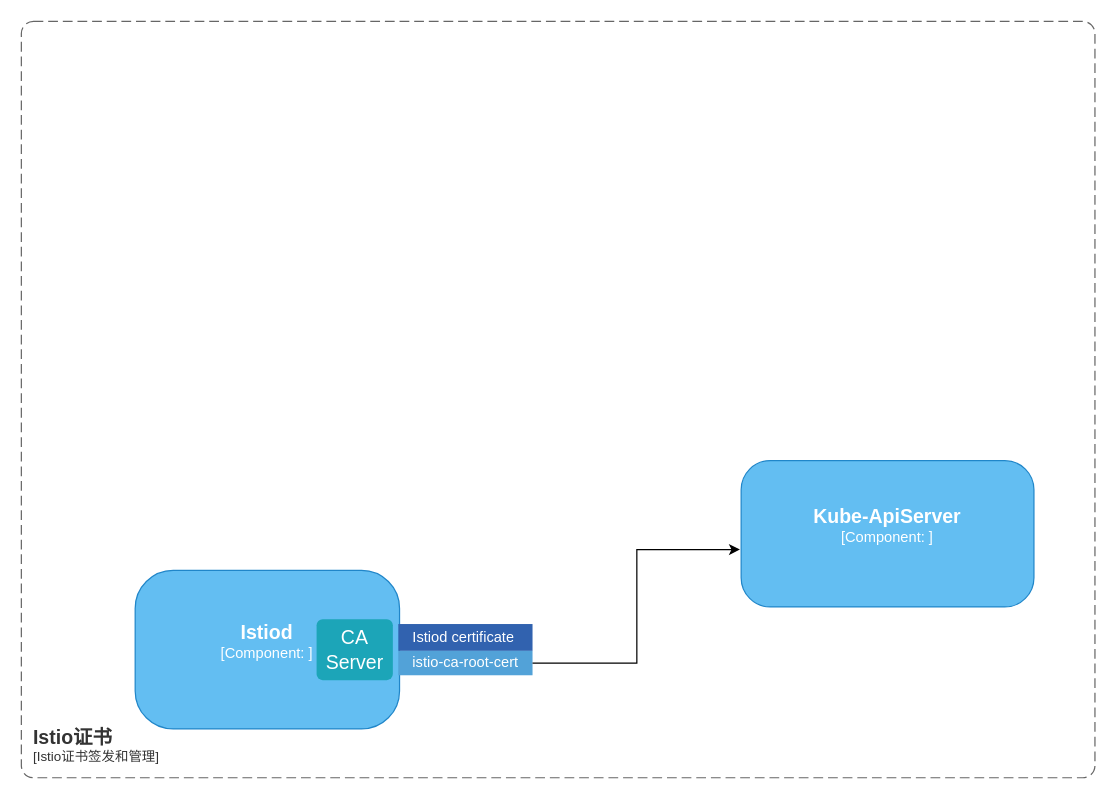
The draw.io diagram istio安全.drawio in wayu1/drawio, before the edit. Source tidied: cells renumbered, new cells numbered last; positions are measured from the earlier drawing's top-left corner, leaving out a move shared by most shapes. Both pictures are drawn from the tidied source at 122%, with x=0, y=0 at pixel (21, 21).
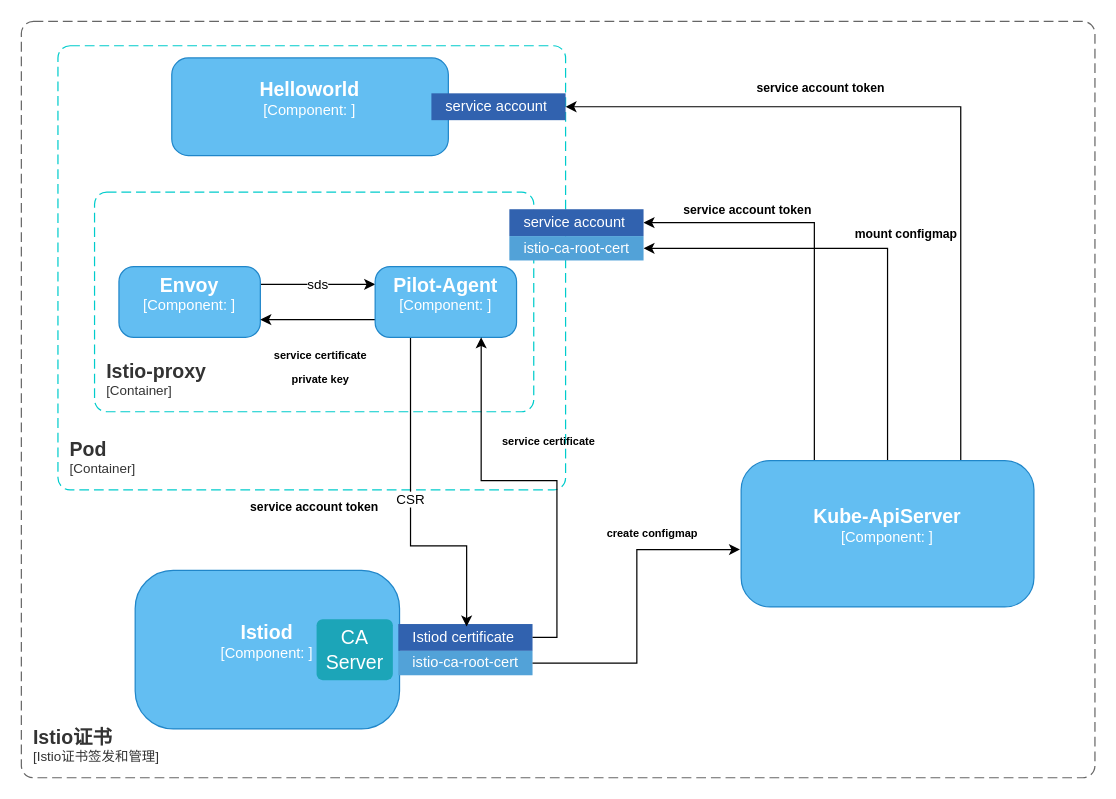
The same page after the edit.

Unchanged cells that the change refers to:
```xml
<mxCell id="6" style="shape=tableRow;horizontal=0;startSize=0;swimlaneHead=0;swimlaneBody=0;strokeColor=inherit;top=0;left=0;bottom=0;right=0;fillColor=none;points=[[0,0.5],[1,0.5]];portConstraint=eastwest;fontSize=12;" parent="5" vertex="1">
  <mxGeometry y="44" width="110" height="22" as="geometry" />
</mxCell>
<object id="10" label="&lt;font style=&quot;font-size: 16px&quot;&gt;&lt;b&gt;%c4Name%&lt;/b&gt;&lt;/font&gt;&lt;div&gt;[%c4Type%: %c4Technology%]&lt;/div&gt;&lt;br&gt;&lt;div&gt;&lt;font style=&quot;font-size: 11px&quot;&gt;%c4Description%&lt;/font&gt;&lt;/div&gt;" c4Description="" c4Name="Kube-ApiServer" c4Technology="" c4Type="Component" placeholders="1">
  <mxCell style="rounded=1;whiteSpace=wrap;html=1;labelBackgroundColor=none;fillColor=#63BEF2;fontColor=#ffffff;align=center;arcSize=20;strokeColor=#2086C9;points=[[0.25,0,0],[0.5,0,0],[0.75,0,0],[1,0.25,0],[1,0.5,0],[1,0.75,0],[0.75,1,0],[0.5,1,0],[0.25,1,0],[0,0.75,0],[0,0.5,0],[0,0.25,0]];" parent="1" vertex="1">
    <mxGeometry x="590" y="360" width="240" height="120" as="geometry" />
  </mxCell>
</object>
```

What changed in the source:
```diff
@@
+    <mxCell id="12" style="edgeStyle=orthogonalEdgeStyle;rounded=0;jettySize=auto;html=1;exitX=0.5;exitY=0;exitDx=0;exitDy=0;exitPerimeter=0;entryX=1;entryY=0.5;entryDx=0;entryDy=0;" parent="1" edge="1" source="10" target="33">
+      <mxGeometry relative="1" as="geometry">
+        <Array as="points">
+          <mxPoint x="710" y="186" />
+        </Array>
+      </mxGeometry>
+    </mxCell>
+    <mxCell id="13" style="edgeStyle=orthogonalEdgeStyle;rounded=0;jettySize=auto;html=1;exitX=0.25;exitY=0;exitDx=0;exitDy=0;exitPerimeter=0;entryX=1;entryY=0.5;entryDx=0;entryDy=0;" parent="1" edge="1" source="10" target="31">
+      <mxGeometry relative="1" as="geometry" />
+    </mxCell>
+    <mxCell id="14" style="edgeStyle=orthogonalEdgeStyle;rounded=0;jettySize=auto;html=1;exitX=0.75;exitY=0;exitDx=0;exitDy=0;exitPerimeter=0;entryX=1;entryY=0.5;entryDx=0;entryDy=0;" parent="1" edge="1" source="10" target="38">
+      <mxGeometry relative="1" as="geometry" />
+    </mxCell>
@@
+    <mxCell id="15" value="&lt;font style=&quot;font-size: 9px;&quot;&gt;create configmap&lt;/font&gt;" style="text;strokeColor=none;fillColor=none;html=1;fontSize=24;fontStyle=1;verticalAlign=middle;align=center;" parent="1" vertex="1">
+      <mxGeometry x="492" y="405" width="50" height="20" as="geometry" />
+    </mxCell>
+    <object id="16" label="&lt;font style=&quot;font-size: 16px&quot;&gt;&lt;b&gt;&lt;div style=&quot;text-align: left&quot;&gt;%c4Name%&lt;/div&gt;&lt;/b&gt;&lt;/font&gt;&lt;div style=&quot;text-align: left&quot;&gt;[%c4Application%]&lt;/div&gt;" c4Application="Container" c4Name="Pod" placeholders="1">
+      <mxCell style="rounded=1;fontSize=11;whiteSpace=wrap;html=1;dashed=1;arcSize=20;fillColor=none;strokeColor=#00CCCC;fontColor=#333333;labelBackgroundColor=none;align=left;verticalAlign=bottom;labelBorderColor=none;spacingTop=0;spacing=10;dashPattern=8 4;perimeter=rectanglePerimeter;noLabel=0;labelPadding=0;absoluteArcSize=1;" parent="1" vertex="1">
+        <mxGeometry x="30" y="20" width="416.1" height="364.1" as="geometry" />
+      </mxCell>
+    </object>
+    <object id="17" label="&lt;font style=&quot;font-size: 16px&quot;&gt;&lt;b&gt;%c4Name%&lt;/b&gt;&lt;/font&gt;&lt;div&gt;[%c4Type%: %c4Technology%]&lt;/div&gt;&lt;br&gt;&lt;div&gt;&lt;font style=&quot;font-size: 11px&quot;&gt;%c4Description%&lt;/font&gt;&lt;/div&gt;" c4Description="" c4Name="Helloworld" c4Technology="" c4Type="Component" placeholders="1">
+      <mxCell style="rounded=1;whiteSpace=wrap;html=1;labelBackgroundColor=none;fillColor=#63BEF2;fontColor=#ffffff;align=center;arcSize=17;strokeColor=#2086C9;" parent="1" vertex="1">
+        <mxGeometry x="123.3" y="30" width="226.7" height="80" as="geometry" />
+      </mxCell>
+    </object>
+    <object id="18" label="&lt;font style=&quot;font-size: 16px&quot;&gt;&lt;b&gt;&lt;div style=&quot;text-align: left&quot;&gt;%c4Name%&lt;/div&gt;&lt;/b&gt;&lt;/font&gt;&lt;div style=&quot;text-align: left&quot;&gt;[%c4Application%]&lt;/div&gt;" c4Application="Container" c4Name="Istio-proxy" placeholders="1">
+      <mxCell style="rounded=1;fontSize=11;whiteSpace=wrap;html=1;dashed=1;arcSize=20;fillColor=none;strokeColor=#00CCCC;fontColor=#333333;labelBackgroundColor=none;align=left;verticalAlign=bottom;labelBorderColor=none;spacingTop=0;spacing=10;dashPattern=8 4;perimeter=rectanglePerimeter;noLabel=0;labelPadding=0;absoluteArcSize=1;" parent="1" vertex="1">
+        <mxGeometry x="60" y="140" width="360" height="180" as="geometry" />
+      </mxCell>
+    </object>
+    <mxCell id="19" value="sds" style="edgeStyle=orthogonalEdgeStyle;rounded=0;jettySize=auto;html=1;exitX=1;exitY=0.25;exitDx=0;exitDy=0;exitPerimeter=0;entryX=0;entryY=0.25;entryDx=0;entryDy=0;entryPerimeter=0;" parent="1" edge="1" source="20" target="24">
+      <mxGeometry relative="1" as="geometry">
+        <Array as="points">
+          <mxPoint x="243" y="216" />
+          <mxPoint x="243" y="215" />
+        </Array>
+      </mxGeometry>
+    </mxCell>
+    <object id="20" label="&lt;font style=&quot;font-size: 16px&quot;&gt;&lt;b&gt;%c4Name%&lt;/b&gt;&lt;/font&gt;&lt;div&gt;[%c4Type%: %c4Technology%]&lt;/div&gt;&lt;br&gt;&lt;div&gt;&lt;font style=&quot;font-size: 11px&quot;&gt;%c4Description%&lt;/font&gt;&lt;/div&gt;" c4Description="" c4Name="Envoy" c4Technology="" c4Type="Component" placeholders="1">
+      <mxCell style="rounded=1;whiteSpace=wrap;html=1;labelBackgroundColor=none;fillColor=#63BEF2;fontColor=#ffffff;align=center;arcSize=21;strokeColor=#2086C9;points=[[0.25,0,0],[0.5,0,0],[0.75,0,0],[1,0.25,0],[1,0.5,0],[1,0.75,0],[0.75,1,0],[0.5,1,0],[0.25,1,0],[0,0.75,0],[0,0.5,0],[0,0.25,0]];" parent="1" vertex="1">
+        <mxGeometry x="80" y="201.1" width="115.9" height="57.9" as="geometry" />
+      </mxCell>
+    </object>
+    <mxCell id="21" style="edgeStyle=orthogonalEdgeStyle;rounded=0;jettySize=auto;html=1;exitX=0;exitY=0.75;exitDx=0;exitDy=0;exitPerimeter=0;entryX=1;entryY=0.75;entryDx=0;entryDy=0;entryPerimeter=0;" parent="1" edge="1" source="24" target="20">
+      <mxGeometry relative="1" as="geometry" />
+    </mxCell>
+    <mxCell id="22" style="edgeStyle=orthogonalEdgeStyle;rounded=0;jettySize=auto;html=1;exitX=0.25;exitY=1;exitDx=0;exitDy=0;exitPerimeter=0;entryX=0.509;entryY=0.091;entryDx=0;entryDy=0;entryPerimeter=0;" parent="1" edge="1" source="24" target="6">
+      <mxGeometry relative="1" as="geometry">
+        <Array as="points">
+          <mxPoint x="319" y="430" />
+          <mxPoint x="365" y="430" />
+        </Array>
+      </mxGeometry>
+    </mxCell>
+    <mxCell id="23" value="CSR" style="edgeLabel;html=1;align=center;verticalAlign=middle;" parent="22" vertex="1">
+      <mxGeometry x="-0.06" relative="1" as="geometry" />
+    </mxCell>
+    <object id="24" label="&lt;font style=&quot;font-size: 16px&quot;&gt;&lt;b&gt;%c4Name%&lt;/b&gt;&lt;/font&gt;&lt;div&gt;[%c4Type%: %c4Technology%]&lt;/div&gt;&lt;br&gt;&lt;div&gt;&lt;font style=&quot;font-size: 11px&quot;&gt;%c4Description%&lt;/font&gt;&lt;/div&gt;" c4Description="" c4Name="Pilot-Agent" c4Technology="" c4Type="Component" placeholders="1">
+      <mxCell style="rounded=1;whiteSpace=wrap;html=1;labelBackgroundColor=none;fillColor=#63BEF2;fontColor=#ffffff;align=center;arcSize=21;strokeColor=#2086C9;points=[[0.25,0,0],[0.5,0,0],[0.75,0,0],[1,0.25,0],[1,0.5,0],[1,0.75,0],[0.75,1,0],[0.5,1,0],[0.25,1,0],[0,0.75,0],[0,0.5,0],[0,0.25,0]];" parent="1" vertex="1">
+        <mxGeometry x="290" y="201.1" width="115.9" height="57.9" as="geometry" />
+      </mxCell>
+    </object>
+    <mxCell id="25" value="&lt;font style=&quot;font-size: 9px;&quot;&gt;service certificate&lt;/font&gt;" style="text;strokeColor=none;fillColor=none;html=1;fontSize=24;fontStyle=1;verticalAlign=middle;align=center;" parent="1" vertex="1">
+      <mxGeometry x="220" y="259.1" width="50" height="20" as="geometry" />
+    </mxCell>
+    <mxCell id="26" value="&lt;font style=&quot;font-size: 9px;&quot;&gt;private key&lt;/font&gt;" style="text;strokeColor=none;fillColor=none;html=1;fontSize=24;fontStyle=1;verticalAlign=middle;align=center;" parent="1" vertex="1">
+      <mxGeometry x="220" y="279.1" width="50" height="20" as="geometry" />
+    </mxCell>
+    <mxCell id="27" value="&lt;font size=&quot;1&quot;&gt;service account token&lt;/font&gt;" style="text;strokeColor=none;fillColor=none;html=1;fontSize=24;fontStyle=1;verticalAlign=middle;align=center;" parent="1" vertex="1">
+      <mxGeometry x="214.5" y="384.1" width="50" height="20" as="geometry" />
+    </mxCell>
+    <mxCell id="28" style="edgeStyle=orthogonalEdgeStyle;rounded=0;jettySize=auto;html=1;exitX=1;exitY=0.5;exitDx=0;exitDy=0;entryX=0.75;entryY=1;entryDx=0;entryDy=0;entryPerimeter=0;" parent="1" edge="1" source="6" target="24">
+      <mxGeometry relative="1" as="geometry" />
+    </mxCell>
+    <mxCell id="29" value="&lt;font style=&quot;font-size: 9px;&quot;&gt;service certificate&lt;/font&gt;" style="text;strokeColor=none;fillColor=none;html=1;fontSize=24;fontStyle=1;verticalAlign=middle;align=center;" parent="1" vertex="1">
+      <mxGeometry x="407" y="330" width="50" height="20" as="geometry" />
+    </mxCell>
+    <mxCell id="30" style="shape=table;startSize=44;childLayout=tableLayout;fontSize=16;align=left;verticalAlign=top;fillColor=none;strokeColor=none;fontColor=#4D4D4D;fontStyle=1;spacingLeft=6;spacing=0;" parent="1" vertex="1">
+      <mxGeometry x="400" y="110" width="110" height="86" as="geometry" />
+    </mxCell>
+    <mxCell id="31" style="shape=tableRow;horizontal=0;startSize=0;swimlaneHead=0;swimlaneBody=0;strokeColor=inherit;top=0;left=0;bottom=0;right=0;fillColor=none;points=[[0,0.5],[1,0.5]];portConstraint=eastwest;fontSize=12;" parent="30" vertex="1">
+      <mxGeometry y="44" width="110" height="22" as="geometry" />
+    </mxCell>
+    <mxCell id="32" value="service account" style="shape=partialRectangle;html=1;whiteSpace=wrap;strokeColor=inherit;overflow=hidden;fillColor=#3162AF;top=0;left=0;bottom=0;right=0;fontSize=12;align=left;fontColor=#FFFFFF;gradientColor=none;spacingLeft=10;spacingRight=4;" parent="31" vertex="1">
+      <mxGeometry width="110" height="22" as="geometry" />
+    </mxCell>
+    <mxCell id="33" style="shape=tableRow;horizontal=0;startSize=0;swimlaneHead=0;swimlaneBody=0;strokeColor=inherit;top=0;left=0;bottom=0;right=0;fillColor=none;points=[[0,0.5],[1,0.5]];portConstraint=eastwest;fontSize=12;" parent="30" vertex="1">
+      <mxGeometry y="66" width="110" height="20" as="geometry" />
+    </mxCell>
+    <mxCell id="34" value="istio-ca-root-cert" style="shape=partialRectangle;html=1;whiteSpace=wrap;strokeColor=inherit;overflow=hidden;fillColor=#52a2d8;top=0;left=0;bottom=0;right=0;fontSize=12;align=left;fontColor=#FFFFFF;gradientColor=none;spacingLeft=10;spacingRight=4;" parent="33" vertex="1">
+      <mxGeometry width="110" height="20" as="geometry" />
+    </mxCell>
+    <mxCell id="35" value="&lt;font size=&quot;1&quot;&gt;service account token&lt;/font&gt;" style="text;strokeColor=none;fillColor=none;html=1;fontSize=24;fontStyle=1;verticalAlign=middle;align=center;" parent="1" vertex="1">
+      <mxGeometry x="570" y="140" width="50" height="20" as="geometry" />
+    </mxCell>
+    <mxCell id="36" value="&lt;font size=&quot;1&quot;&gt;mount configmap&lt;/font&gt;" style="text;strokeColor=none;fillColor=none;html=1;fontSize=24;fontStyle=1;verticalAlign=middle;align=center;" parent="1" vertex="1">
+      <mxGeometry x="700" y="160" width="50" height="20" as="geometry" />
+    </mxCell>
+    <mxCell id="37" style="shape=table;startSize=44;childLayout=tableLayout;fontSize=16;align=left;verticalAlign=top;fillColor=none;strokeColor=none;fontColor=#4D4D4D;fontStyle=1;spacingLeft=6;spacing=0;" parent="1" vertex="1">
+      <mxGeometry x="336.1" y="15" width="110" height="66" as="geometry" />
+    </mxCell>
+    <mxCell id="38" style="shape=tableRow;horizontal=0;startSize=0;swimlaneHead=0;swimlaneBody=0;strokeColor=inherit;top=0;left=0;bottom=0;right=0;fillColor=none;points=[[0,0.5],[1,0.5]];portConstraint=eastwest;fontSize=12;" parent="37" vertex="1">
+      <mxGeometry y="44" width="110" height="22" as="geometry" />
+    </mxCell>
+    <mxCell id="39" value="service account" style="shape=partialRectangle;html=1;whiteSpace=wrap;strokeColor=inherit;overflow=hidden;fillColor=#3162AF;top=0;left=0;bottom=0;right=0;fontSize=12;align=left;fontColor=#FFFFFF;gradientColor=none;spacingLeft=10;spacingRight=4;" parent="38" vertex="1">
+      <mxGeometry width="110" height="22" as="geometry" />
+    </mxCell>
+    <mxCell id="40" value="&lt;font size=&quot;1&quot;&gt;service account token&lt;/font&gt;" style="text;strokeColor=none;fillColor=none;html=1;fontSize=24;fontStyle=1;verticalAlign=middle;align=center;" parent="1" vertex="1">
+      <mxGeometry x="630" y="40" width="50" height="20" as="geometry" />
+    </mxCell>
```
